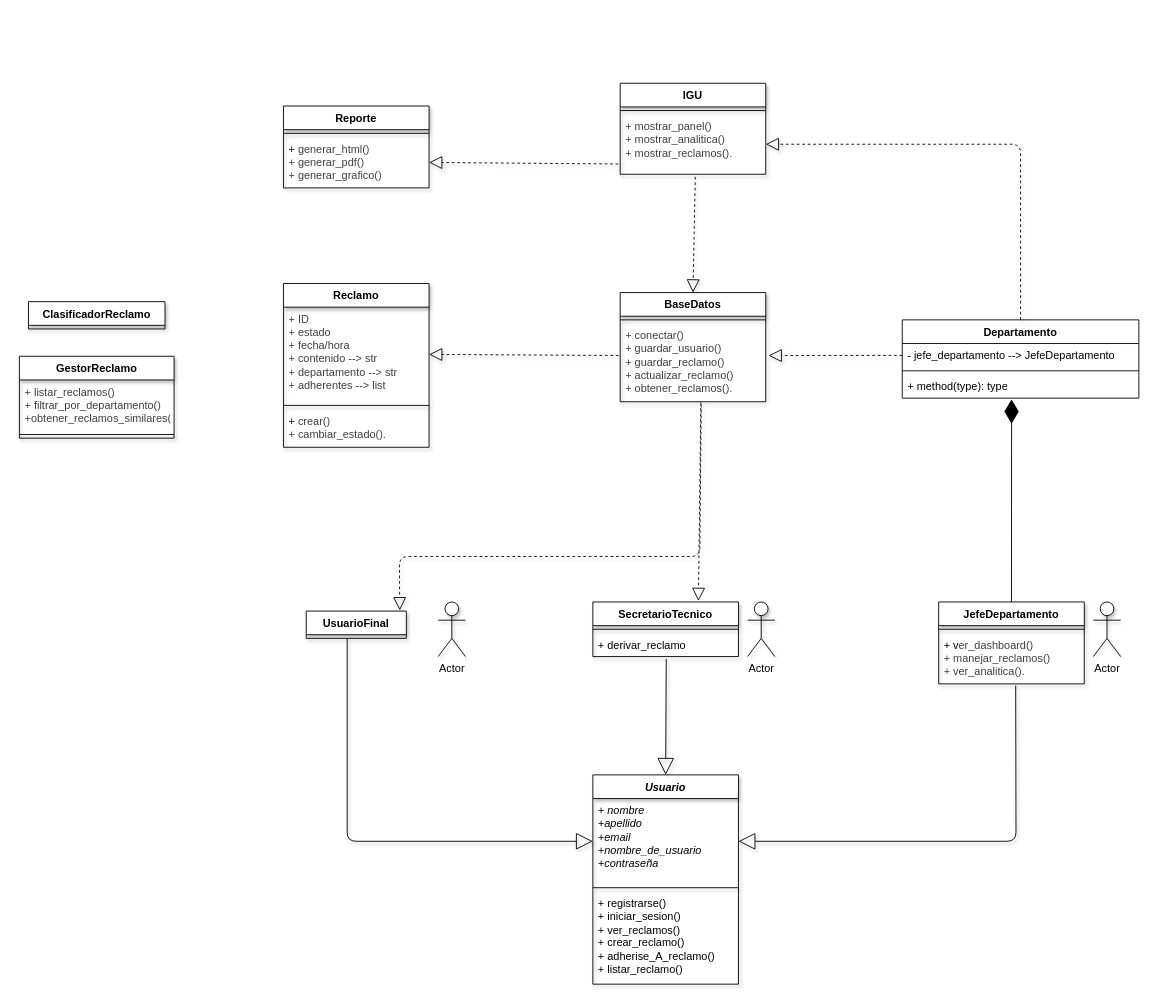
AgustinG178/pa_2025c1_practica keeps this draw.io diagram as TrabajoPractica_3/docs/UML_Tp_3.drawio. Above is the earlier version. Source tidied: cells renumbered, new cells numbered last; positions are measured from the earlier drawing's top-left corner, leaving out a move shared by most shapes. Both pictures are drawn from the tidied source at 91%, with x=0, y=0 at pixel (19, 83).
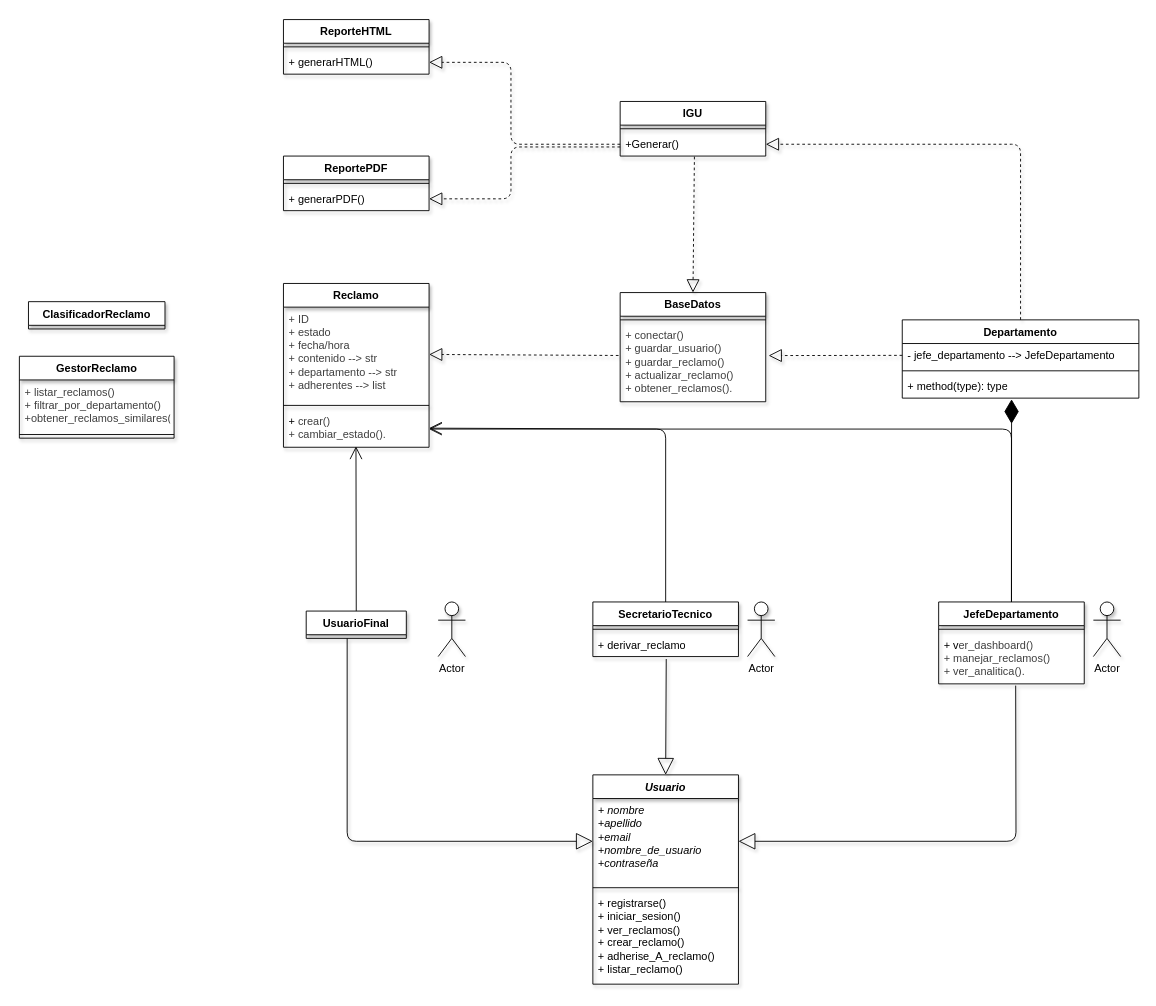
The same diagram, later.

Commit message:
Update UML diagram to reflect changes in class structure and methods

Unchanged cells that the change refers to:
```xml
<mxCell id="11" value="&lt;span style=&quot;color: rgb(63, 63, 63);&quot;&gt;+ conectar()&lt;/span&gt;&lt;div&gt;&lt;span style=&quot;color: rgb(63, 63, 63);&quot;&gt;+ guardar_usuario()&lt;/span&gt;&lt;/div&gt;&lt;div&gt;&lt;span style=&quot;color: rgb(63, 63, 63);&quot;&gt;+ guardar_reclamo()&lt;/span&gt;&lt;/div&gt;&lt;div&gt;&lt;span style=&quot;color: rgb(63, 63, 63);&quot;&gt;+ actualizar_reclamo()&amp;nbsp;&lt;/span&gt;&lt;/div&gt;&lt;div&gt;&lt;span style=&quot;color: rgb(63, 63, 63);&quot;&gt;+ obtener_reclamos().&lt;/span&gt;&lt;/div&gt;" style="text;align=left;verticalAlign=top;spacingLeft=4;spacingRight=4;overflow=hidden;points=[[0,0.5],[1,0.5]];portConstraint=eastwest;whiteSpace=wrap;html=1;swimlaneLine=1;perimeterSpacing=14;shadow=1;" parent="9" vertex="1">
  <mxGeometry y="34" width="160" height="86" as="geometry" />
</mxCell>
<mxCell id="21" value="+&amp;nbsp;&lt;span style=&quot;color: rgb(63, 63, 63);&quot;&gt;crear()&lt;/span&gt;&lt;div&gt;&lt;span style=&quot;color: rgb(63, 63, 63);&quot;&gt;+ cambiar_estado().&lt;/span&gt;&lt;/div&gt;" style="text;align=left;verticalAlign=top;spacingLeft=4;spacingRight=4;overflow=hidden;points=[[0,0.5],[1,0.5]];portConstraint=eastwest;whiteSpace=wrap;html=1;swimlaneLine=1;shadow=1;" parent="18" vertex="1">
  <mxGeometry y="138" width="160" height="42" as="geometry" />
</mxCell>
<mxCell id="22" value="SecretarioTecnico" style="swimlane;fontStyle=1;align=center;verticalAlign=top;horizontal=1;startSize=26;whiteSpace=wrap;html=1;swimlaneLine=1;shadow=1;" parent="1" vertex="1">
  <mxGeometry x="630" y="570" width="160" height="60" as="geometry" />
</mxCell>
<mxCell id="28" value="UsuarioFinal" style="swimlane;fontStyle=1;align=center;verticalAlign=top;horizontal=1;startSize=26;whiteSpace=wrap;html=1;swimlaneLine=1;shadow=1;" parent="1" vertex="1" collapsed="1">
  <mxGeometry x="315" y="580" width="110" height="30" as="geometry" />
</mxCell>
```

What changed in the source:
```diff
@@
     <mxCell id="6" value="IGU" style="swimlane;fontStyle=1;align=center;verticalAlign=top;horizontal=1;startSize=26;whiteSpace=wrap;html=1;swimlaneLine=1;shadow=1;" parent="1" vertex="1">
-      <mxGeometry x="660" width="160" height="100" as="geometry" />
+      <mxGeometry x="660" y="20" width="160" height="60" as="geometry" />
     </mxCell>
@@
-    <mxCell id="8" value="&lt;span style=&quot;color: rgb(63, 63, 63);&quot;&gt;+ mostrar_panel()&lt;/span&gt;&lt;div&gt;&lt;span style=&quot;color: rgb(63, 63, 63);&quot;&gt;+ mostrar_analitica()&lt;/span&gt;&lt;/div&gt;&lt;div&gt;&lt;span style=&quot;color: rgb(63, 63, 63);&quot;&gt;+ mostrar_reclamos().&lt;/span&gt;&lt;/div&gt;" style="text;align=left;verticalAlign=top;spacingLeft=4;spacingRight=4;overflow=hidden;points=[[0,0.5],[1,0.5]];portConstraint=eastwest;whiteSpace=wrap;html=1;swimlaneLine=1;shadow=1;" parent="6" vertex="1">
-      <mxGeometry y="34" width="160" height="66" as="geometry" />
+    <mxCell id="8" value="+Generar()" style="text;align=left;verticalAlign=top;spacingLeft=4;spacingRight=4;overflow=hidden;points=[[0,0.5],[1,0.5]];portConstraint=eastwest;whiteSpace=wrap;html=1;swimlaneLine=1;shadow=1;" parent="6" vertex="1">
+      <mxGeometry y="34" width="160" height="26" as="geometry" />
     </mxCell>
@@
-    <mxCell id="12" value="Reporte" style="swimlane;fontStyle=1;align=center;verticalAlign=top;horizontal=1;startSize=26;whiteSpace=wrap;html=1;swimlaneLine=1;shadow=1;" parent="1" vertex="1">
-      <mxGeometry x="290" y="25" width="160" height="90" as="geometry" />
+    <mxCell id="12" value="ReporteHTML" style="swimlane;fontStyle=1;align=center;verticalAlign=top;horizontal=1;startSize=26;whiteSpace=wrap;html=1;swimlaneLine=1;shadow=1;" parent="1" vertex="1">
+      <mxGeometry x="290" y="-70" width="160" height="60" as="geometry" />
     </mxCell>
@@
-    <mxCell id="14" value="+&amp;nbsp;&lt;span style=&quot;color: rgb(63, 63, 63);&quot;&gt;generar_html()&lt;/span&gt;&lt;div&gt;&lt;span style=&quot;color: rgb(63, 63, 63);&quot;&gt;+ generar_pdf()&lt;/span&gt;&lt;/div&gt;&lt;div&gt;&lt;span style=&quot;color: rgb(63, 63, 63);&quot;&gt;+ generar_grafico()&lt;/span&gt;&lt;/div&gt;" style="text;align=left;verticalAlign=top;spacingLeft=4;spacingRight=4;overflow=hidden;points=[[0,0.5],[1,0.5]];portConstraint=eastwest;whiteSpace=wrap;html=1;swimlaneLine=1;shadow=1;" parent="12" vertex="1">
-      <mxGeometry y="34" width="160" height="56" as="geometry" />
+    <mxCell id="14" value="+ generarHTML()" style="text;align=left;verticalAlign=top;spacingLeft=4;spacingRight=4;overflow=hidden;points=[[0,0.5],[1,0.5]];portConstraint=eastwest;whiteSpace=wrap;html=1;swimlaneLine=1;shadow=1;" parent="12" vertex="1">
+      <mxGeometry y="34" width="160" height="26" as="geometry" />
     </mxCell>
@@
-    <mxCell id="34" style="endArrow=block;dashed=1;endFill=0;endSize=12;html=1;exitX=0.51;exitY=1.037;exitDx=0;exitDy=0;exitPerimeter=0;entryX=0.935;entryY=-0.026;entryDx=0;entryDy=0;entryPerimeter=0;shadow=1;strokeWidth=1;" parent="1" edge="1" target="28">
-      <mxGeometry relative="1" as="geometry">
-        <mxPoint x="749.1" y="353.2" as="sourcePoint" />
-        <Array as="points">
-          <mxPoint x="747.5" y="520" />
-          <mxPoint x="417.5" y="520" />
-          <mxPoint x="417.5" y="550" />
-        </Array>
-      </mxGeometry>
-    </mxCell>
-    <mxCell id="35" style="endArrow=block;dashed=1;endFill=0;endSize=12;html=1;exitX=0.516;exitY=1.043;exitDx=0;exitDy=0;exitPerimeter=0;shadow=1;strokeWidth=1;" parent="1" edge="1" source="8">
+    <mxCell id="35" style="endArrow=block;dashed=1;endFill=0;endSize=12;html=1;exitX=0.51;exitY=1.025;exitDx=0;exitDy=0;exitPerimeter=0;shadow=1;strokeWidth=1;" parent="1" edge="1" source="8">
       <mxGeometry relative="1" as="geometry">
         <mxPoint x="740" y="230" as="targetPoint" />
       </mxGeometry>
     </mxCell>
@@
-    <mxCell id="37" style="endArrow=block;dashed=1;endFill=0;endSize=12;html=1;exitX=-0.013;exitY=0.829;exitDx=0;exitDy=0;exitPerimeter=0;entryX=1;entryY=0.5;entryDx=0;entryDy=0;shadow=1;strokeWidth=1;" parent="1" edge="1" source="8" target="14">
-      <mxGeometry relative="1" as="geometry" />
+    <mxCell id="37" style="endArrow=block;dashed=1;endFill=0;endSize=12;html=1;exitX=0;exitY=0.5;exitDx=0;exitDy=0;entryX=1;entryY=0.5;entryDx=0;entryDy=0;shadow=1;strokeWidth=1;" parent="1" edge="1" source="8" target="14">
+      <mxGeometry relative="1" as="geometry">
+        <Array as="points">
+          <mxPoint x="540" y="67" />
+          <mxPoint x="540" y="-23" />
+        </Array>
+      </mxGeometry>
     </mxCell>
@@
-    <mxCell id="47" style="endArrow=block;dashed=1;endFill=0;endSize=12;html=1;entryX=0.725;entryY=-0.017;entryDx=0;entryDy=0;exitX=0.546;exitY=0.884;exitDx=0;exitDy=0;exitPerimeter=0;entryPerimeter=0;" parent="1" edge="1" source="11" target="22">
-      <mxGeometry relative="1" as="geometry" />
-    </mxCell>
+    <mxCell id="48" value="ReportePDF" style="swimlane;fontStyle=1;align=center;verticalAlign=top;horizontal=1;startSize=26;whiteSpace=wrap;html=1;swimlaneLine=1;shadow=1;" parent="1" vertex="1">
+      <mxGeometry x="290" y="80" width="160" height="60" as="geometry" />
+    </mxCell>
+    <mxCell id="49" style="line;strokeWidth=1;align=left;verticalAlign=middle;spacingTop=-1;spacingLeft=3;spacingRight=3;labelPosition=right;swimlaneLine=1;shadow=1;" parent="48" vertex="1">
+      <mxGeometry y="26" width="160" height="8" as="geometry" />
+    </mxCell>
+    <mxCell id="50" value="+ generarPDF()" style="text;align=left;verticalAlign=top;spacingLeft=4;spacingRight=4;overflow=hidden;points=[[0,0.5],[1,0.5]];portConstraint=eastwest;whiteSpace=wrap;html=1;swimlaneLine=1;shadow=1;" parent="48" vertex="1">
+      <mxGeometry y="34" width="160" height="26" as="geometry" />
+    </mxCell>
+    <mxCell id="51" style="endArrow=block;dashed=1;endFill=0;endSize=12;html=1;exitX=0;exitY=0.5;exitDx=0;exitDy=0;entryX=1;entryY=0.5;entryDx=0;entryDy=0;shadow=1;strokeWidth=1;" parent="1" edge="1" target="50">
+      <mxGeometry relative="1" as="geometry">
+        <mxPoint x="660" y="70" as="sourcePoint" />
+        <Array as="points">
+          <mxPoint x="540" y="70" />
+          <mxPoint x="540" y="127" />
+        </Array>
+      </mxGeometry>
+    </mxCell>
+    <mxCell id="52" style="endArrow=open;endFill=1;endSize=12;html=1;exitX=0.5;exitY=0;exitDx=0;exitDy=0;entryX=0.498;entryY=0.975;entryDx=0;entryDy=0;entryPerimeter=0;" parent="1" edge="1" source="28" target="21">
+      <mxGeometry relative="1" as="geometry" />
+    </mxCell>
+    <mxCell id="53" style="endArrow=open;endFill=1;endSize=12;html=1;" parent="1" edge="1">
+      <mxGeometry relative="1" as="geometry">
+        <mxPoint x="1090" y="570" as="sourcePoint" />
+        <mxPoint x="450" y="380" as="targetPoint" />
+        <Array as="points">
+          <mxPoint x="1090" y="380" />
+        </Array>
+      </mxGeometry>
+    </mxCell>
+    <mxCell id="54" style="endArrow=open;endFill=1;endSize=12;html=1;exitX=0.5;exitY=0;exitDx=0;exitDy=0;entryX=1;entryY=0.5;entryDx=0;entryDy=0;" parent="1" edge="1" source="22" target="21">
+      <mxGeometry relative="1" as="geometry">
+        <Array as="points">
+          <mxPoint x="710" y="380" />
+        </Array>
+      </mxGeometry>
+    </mxCell>
```
